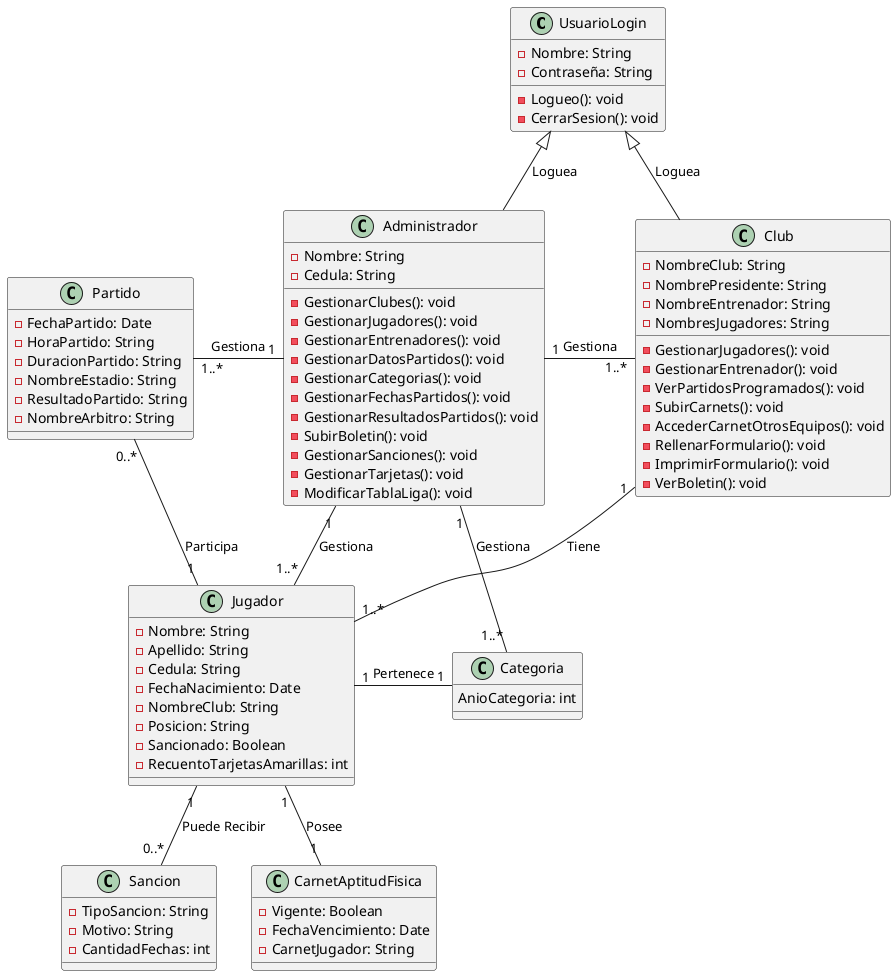
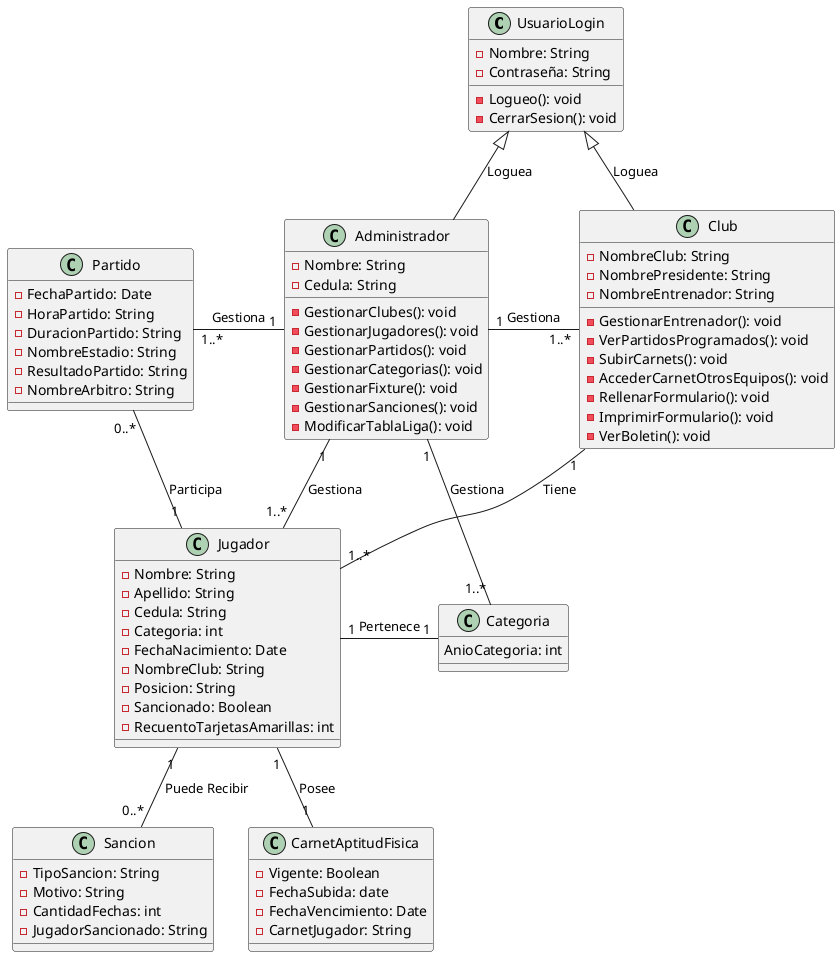
@startuml Final

class UsuarioLogin {
    -Nombre: String
    -Contraseña: String

    -Logueo(): void
    -CerrarSesion(): void

}

class Administrador {
    -Nombre: String
    -Cedula: String

    -GestionarClubes(): void
    -GestionarJugadores(): void
-     -GestionarEntrenadores(): void
-     -GestionarDatosPartidos(): void
+     -GestionarPartidos(): void
    -GestionarCategorias(): void
-     -GestionarFechasPartidos(): void
-     -GestionarResultadosPartidos(): void
-     -SubirBoletin(): void
+     -GestionarFixture(): void
    -GestionarSanciones(): void
-     -GestionarTarjetas(): void
    -ModificarTablaLiga(): void
}

class Club {
    -NombreClub: String
    -NombrePresidente: String
    -NombreEntrenador: String
-     -NombresJugadores: String

-     -GestionarJugadores(): void
    -GestionarEntrenador(): void
    -VerPartidosProgramados(): void
    -SubirCarnets(): void
    -AccederCarnetOtrosEquipos(): void
    -RellenarFormulario(): void
    -ImprimirFormulario(): void
    -VerBoletin(): void
}

class Jugador {
    -Nombre: String
    -Apellido: String
    -Cedula: String
+     -Categoria: int
    -FechaNacimiento: Date
    -NombreClub: String
    -Posicion: String
    -Sancionado: Boolean
    -RecuentoTarjetasAmarillas: int
}

class Categoria {
    AnioCategoria: int
}

class Partido {
    -FechaPartido: Date
    -HoraPartido: String
    -DuracionPartido: String
    -NombreEstadio: String
    -ResultadoPartido: String
    -NombreArbitro: String
}

class Sancion {
    -TipoSancion: String
    -Motivo: String
    -CantidadFechas: int
+     -JugadorSancionado: String
}

class CarnetAptitudFisica {
    -Vigente: Boolean
+     -FechaSubida: date
    -FechaVencimiento: Date
    -CarnetJugador: String
}

UsuarioLogin <|-- Administrador: Loguea
UsuarioLogin <|-- Club: Loguea

Administrador "1" -right- "1..*" Club: Gestiona
Administrador "1" -left- "1..*" Partido: Gestiona
Administrador "1" -- "1..*" Jugador: Gestiona
Administrador "1" -- "1..*" Categoria: Gestiona

Club "1" -down- "1..*" Jugador: Tiene

Jugador "1" -right- "1" Categoria: Pertenece
Jugador "1" -down- "0..*" Sancion: Puede Recibir
Jugador "1" -down- "1" CarnetAptitudFisica: Posee
Jugador "1" -left- "0..*" Partido: Participa
@enduml